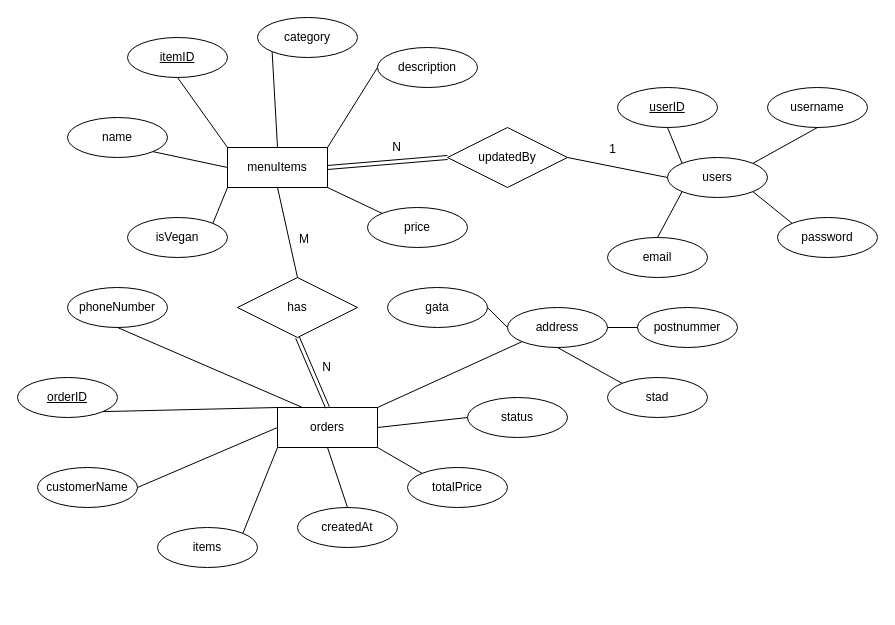
frja2400/dt207g-project-restapi keeps this draw.io diagram as diagram/restaurant_diagram.drawio. Above is the earlier version. Source tidied: cells renumbered, new cells numbered last; positions are measured from the earlier drawing's top-left corner, leaving out a move shared by most shapes. Both pictures are drawn from the tidied source at 100%, with x=0, y=0 at pixel (17, 17).
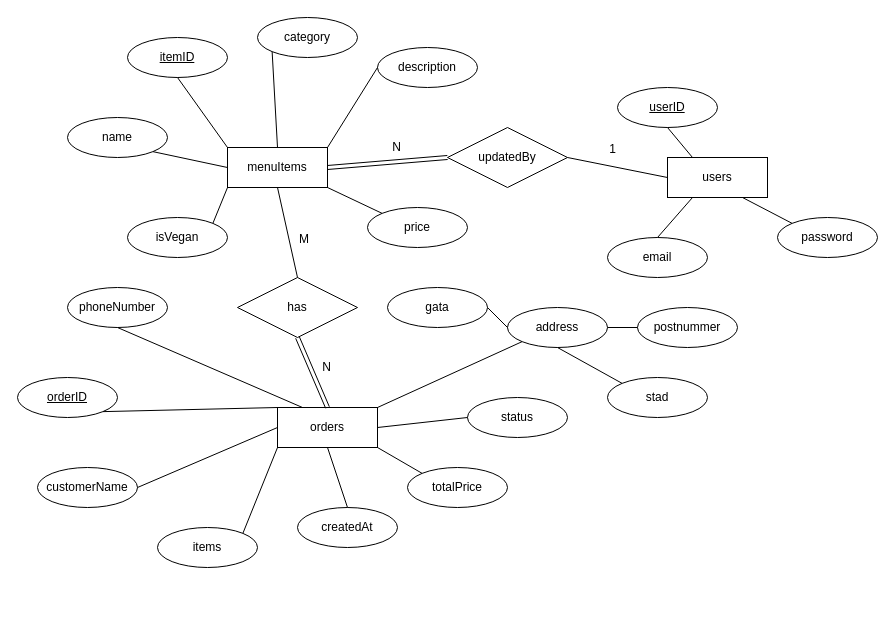
The same page after the edit.

Unchanged cells that the change refers to:
```xml
<mxCell id="33" value="userID" style="ellipse;whiteSpace=wrap;html=1;align=center;fontStyle=4;" parent="1" vertex="1">
  <mxGeometry x="600" y="70" width="100" height="40" as="geometry" />
</mxCell>
<mxCell id="34" value="password" style="ellipse;whiteSpace=wrap;html=1;align=center;" parent="1" vertex="1">
  <mxGeometry x="760" y="200" width="100" height="40" as="geometry" />
</mxCell>
<mxCell id="36" value="email" style="ellipse;whiteSpace=wrap;html=1;align=center;" parent="1" vertex="1">
  <mxGeometry x="590" y="220" width="100" height="40" as="geometry" />
</mxCell>
```

What changed in the source:
```diff
@@
-    <mxCell id="32" value="users" style="ellipse;whiteSpace=wrap;html=1;align=center;" parent="1" vertex="1">
-      <mxGeometry x="650" y="140" width="100" height="40" as="geometry" />
-    </mxCell>
@@
-    <mxCell id="35" value="username" style="ellipse;whiteSpace=wrap;html=1;align=center;" parent="1" vertex="1">
-      <mxGeometry x="750" y="70" width="100" height="40" as="geometry" />
-    </mxCell>
@@
-    <mxCell id="37" style="endArrow=none;html=1;rounded=0;entryX=0;entryY=1;entryDx=0;entryDy=0;exitX=0.5;exitY=0;exitDx=0;exitDy=0;" parent="1" edge="1" source="36" target="32">
+    <mxCell id="37" style="endArrow=none;html=1;rounded=0;entryX=0.25;entryY=1;entryDx=0;entryDy=0;exitX=0.5;exitY=0;exitDx=0;exitDy=0;" parent="1" edge="1" source="36" target="32">
       <mxGeometry relative="1" as="geometry" />
     </mxCell>
-    <mxCell id="38" style="endArrow=none;html=1;rounded=0;entryX=0.5;entryY=1;entryDx=0;entryDy=0;exitX=0;exitY=0;exitDx=0;exitDy=0;" parent="1" edge="1" source="32" target="33">
+    <mxCell id="38" style="endArrow=none;html=1;rounded=0;entryX=0.5;entryY=1;entryDx=0;entryDy=0;exitX=0.25;exitY=0;exitDx=0;exitDy=0;" parent="1" edge="1" source="32" target="33">
       <mxGeometry relative="1" as="geometry" />
     </mxCell>
-    <mxCell id="39" style="endArrow=none;html=1;rounded=0;entryX=0.5;entryY=1;entryDx=0;entryDy=0;exitX=1;exitY=0;exitDx=0;exitDy=0;" parent="1" edge="1" source="32" target="35">
-      <mxGeometry relative="1" as="geometry" />
-    </mxCell>
-    <mxCell id="40" style="endArrow=none;html=1;rounded=0;entryX=0;entryY=0;entryDx=0;entryDy=0;exitX=1;exitY=1;exitDx=0;exitDy=0;" parent="1" edge="1" source="32" target="34">
+    <mxCell id="40" style="endArrow=none;html=1;rounded=0;entryX=0;entryY=0;entryDx=0;entryDy=0;exitX=0.75;exitY=1;exitDx=0;exitDy=0;" parent="1" edge="1" source="32" target="34">
       <mxGeometry relative="1" as="geometry" />
     </mxCell>
@@
+    <mxCell id="32" value="users" style="whiteSpace=wrap;html=1;align=center;" parent="1" vertex="1">
+      <mxGeometry x="650" y="140" width="100" height="40" as="geometry" />
+    </mxCell>
```
